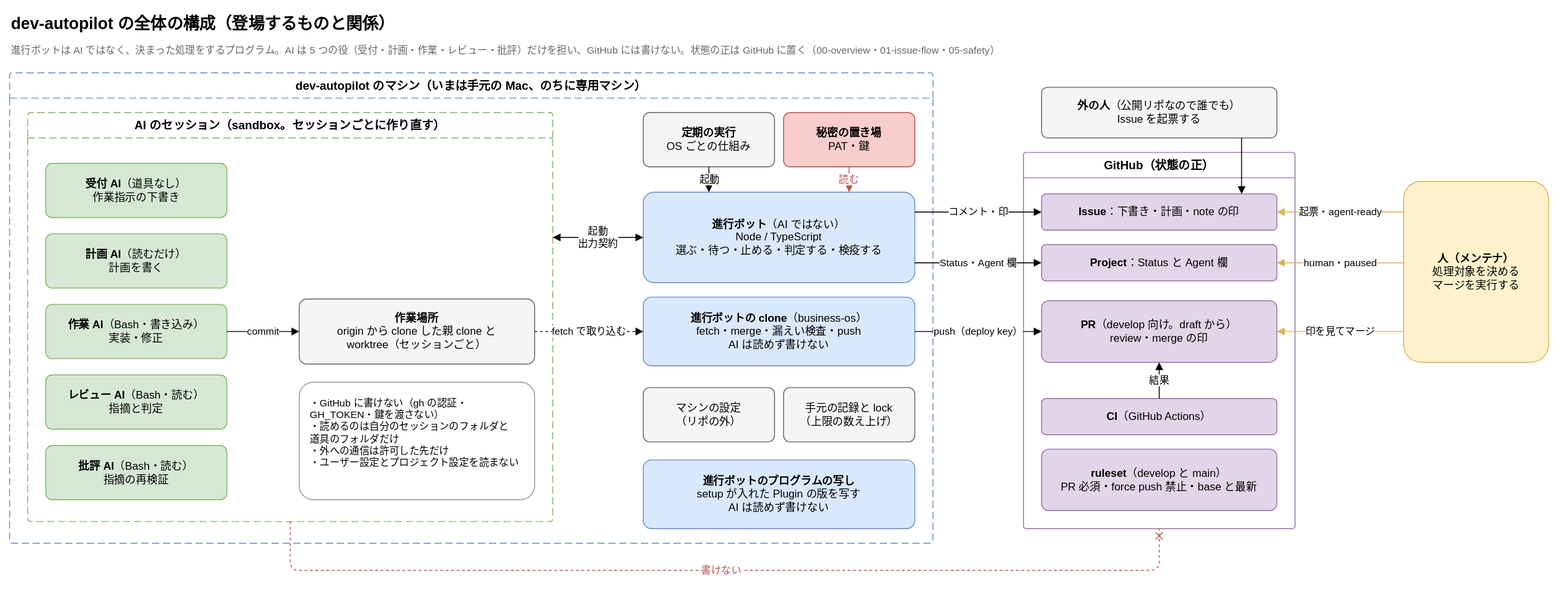
Above: docs/diagrams/overview.drawio.svg in Joymerrevent/dev-autopilot (draw.io), before the change. Source tidied: cells renumbered, new cells last; positions are measured from the earlier drawing's top-left corner, leaving out a move shared by most shapes.
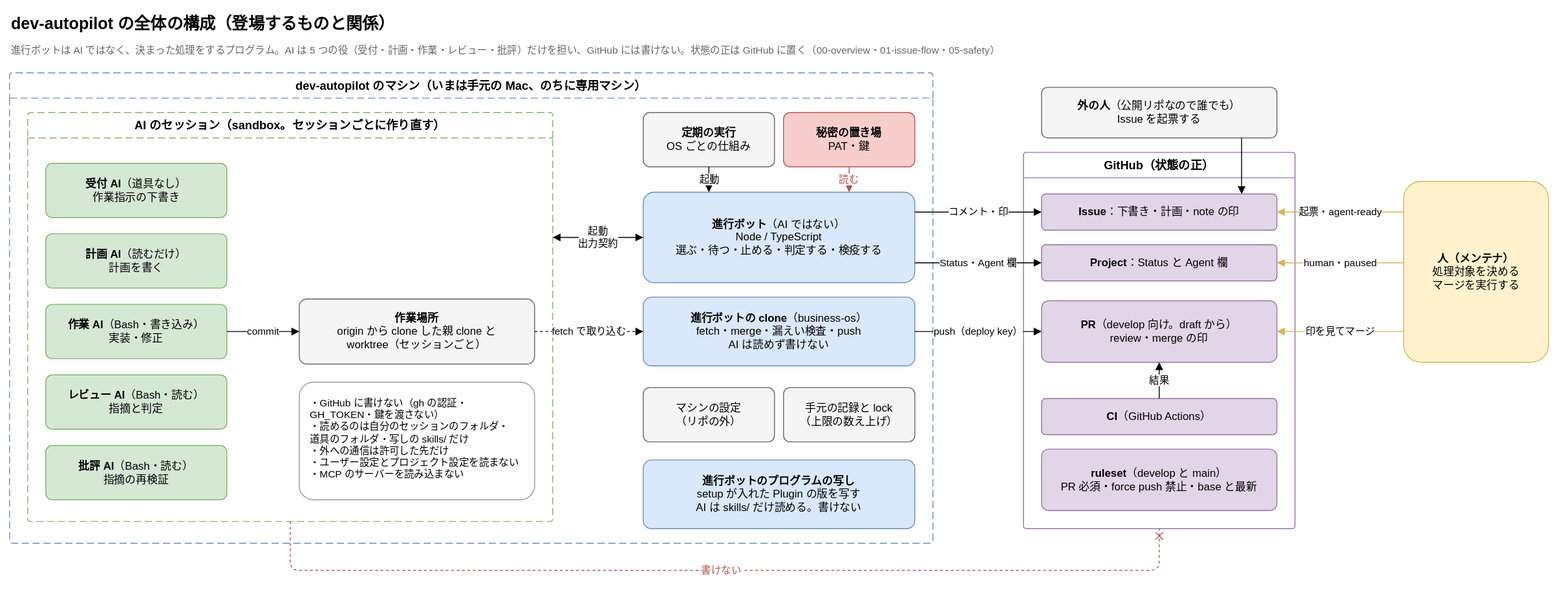
After the commit.

Commit message:
docs: 構成・全体・隔離と鍵の図に、写しの skills/ の読み取りと MCP を読み込まないことを足す

- 隔離と鍵：sandbox の規則に写しの skills/ の読み取りと MCP を読み込まないこと、
  写しの箱に AI は skills/ だけ読めて書けないこと
- 全体：AI のセッションの注記と写しの箱を同じに直す
- 構成：写しの箱と、マシンの設定の場所の規則（OS ごと、owner/repo ごと）

Claude-Session: https://claude.ai/code/session_01D2kLkcEcZNwH8m2GL2g2Lt

What changed in the source:
```diff
@@ -32,7 +32,7 @@
     <mxCell id="11" value="&lt;b&gt;作業場所&lt;/b&gt;&lt;br&gt;origin から clone した親 clone と&lt;br&gt;worktree（セッションごと）" style="rounded=1;whiteSpace=wrap;html=1;fontSize=12;arcSize=12;fillColor=#f5f5f5;strokeColor=#666666;spacing=12;" parent="5" vertex="1">
       <mxGeometry x="300" y="206" width="260" height="72" as="geometry" />
     </mxCell>
-    <mxCell id="12" value="・GitHub に書けない（gh の認証・GH_TOKEN・鍵を渡さない）&lt;br&gt;・読めるのは自分のセッションのフォルダと&lt;br&gt;道具のフォルダだけ&lt;br&gt;・外への通信は許可した先だけ&lt;br&gt;・ユーザー設定とプロジェクト設定を読まない" style="rounded=1;whiteSpace=wrap;html=1;fontSize=12;arcSize=12;align=left;verticalAlign=top;fontSize=11;fillColor=#ffffff;strokeColor=#999999;spacing=12;" parent="5" vertex="1">
+    <mxCell id="12" value="・GitHub に書けない（gh の認証・GH_TOKEN・鍵を渡さない）&lt;br&gt;・読めるのは自分のセッションのフォルダ・&lt;br&gt;道具のフォルダ・写しの skills/ だけ&lt;br&gt;・外への通信は許可した先だけ&lt;br&gt;・ユーザー設定とプロジェクト設定を読まない&lt;br&gt;・MCP のサーバーを読み込まない" style="rounded=1;whiteSpace=wrap;html=1;fontSize=12;arcSize=12;align=left;verticalAlign=top;fontSize=11;fillColor=#ffffff;strokeColor=#999999;spacing=12;" parent="5" vertex="1">
       <mxGeometry x="300" y="298" width="260" height="130" as="geometry" />
     </mxCell>
     <mxCell id="13" value="&lt;b&gt;定期の実行&lt;/b&gt;&lt;br&gt;OS ごとの仕組み" style="rounded=1;whiteSpace=wrap;html=1;fontSize=12;arcSize=12;fillColor=#f5f5f5;strokeColor=#666666;spacing=12;" parent="1" vertex="1">
@@ -47,7 +47,7 @@
     <mxCell id="16" value="&lt;b&gt;進行ボットの clone&lt;/b&gt;（business-os）&lt;br&gt;fetch・merge・漏えい検査・push&lt;br&gt;AI は読めず書けない" style="rounded=1;whiteSpace=wrap;html=1;fontSize=12;arcSize=12;fillColor=#dae8fc;strokeColor=#6c8ebf;spacing=12;" parent="1" vertex="1">
       <mxGeometry x="700" y="318" width="300" height="76" as="geometry" />
     </mxCell>
-    <mxCell id="17" value="&lt;b&gt;進行ボットのプログラムの写し&lt;/b&gt;&lt;br&gt;setup が入れた Plugin の版を写す&lt;br&gt;AI は読めず書けない" style="rounded=1;whiteSpace=wrap;html=1;fontSize=12;arcSize=12;fillColor=#dae8fc;strokeColor=#6c8ebf;spacing=12;" parent="1" vertex="1">
+    <mxCell id="17" value="&lt;b&gt;進行ボットのプログラムの写し&lt;/b&gt;&lt;br&gt;setup が入れた Plugin の版を写す&lt;br&gt;AI は skills/ だけ読める。書けない" style="rounded=1;whiteSpace=wrap;html=1;fontSize=12;arcSize=12;fillColor=#dae8fc;strokeColor=#6c8ebf;spacing=12;" parent="1" vertex="1">
       <mxGeometry x="700" y="498" width="300" height="76" as="geometry" />
     </mxCell>
     <mxCell id="18" value="マシンの設定&lt;br&gt;（リポの外）" style="rounded=1;whiteSpace=wrap;html=1;fontSize=12;arcSize=12;fillColor=#f5f5f5;strokeColor=#666666;spacing=12;" parent="1" vertex="1">
```
